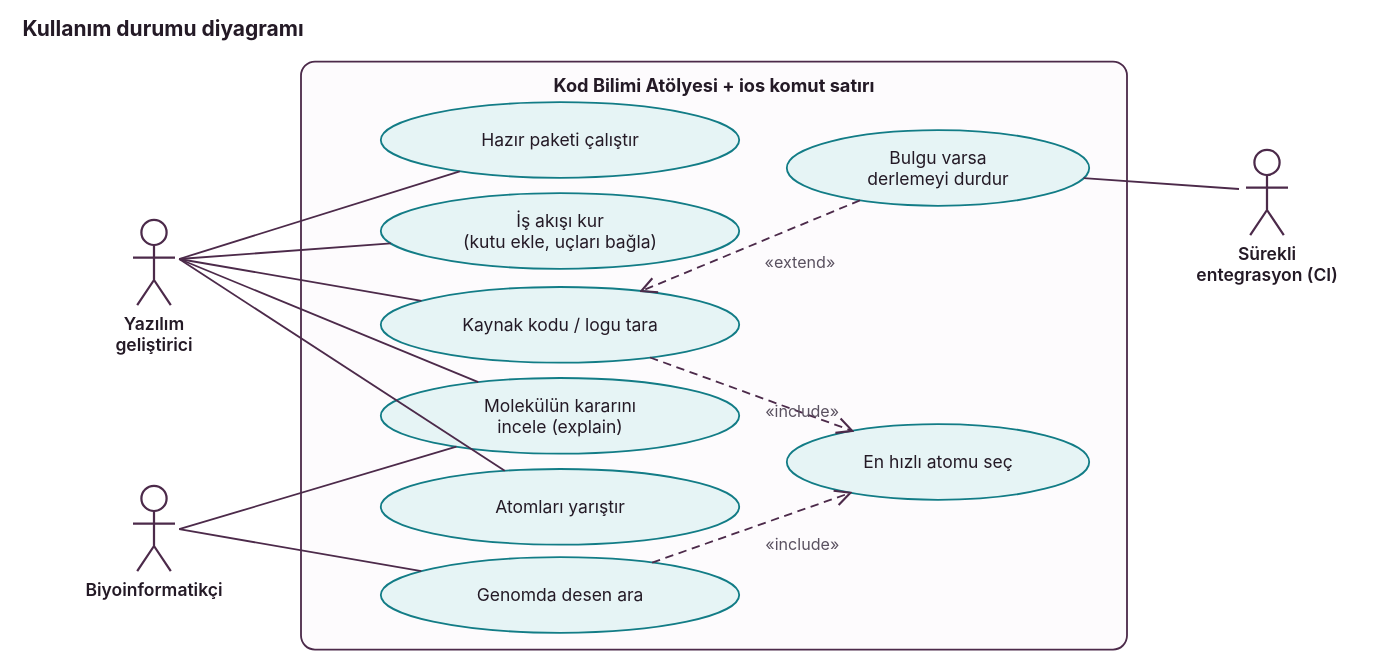
Baki-B/YZM327-Odev-3 keeps this PlantUML diagram as docs/uml/svg/1_kullanim_durumu.svg. Above is the earlier version. Its source is kept beside it as docs/uml/1_kullanim_durumu.puml. The source it was exported from:
```plantuml
@startuml 1_kullanim_durumu
!include _stil.iuml
title Kullanım durumu diyagramı
left to right direction
actor "Yazılım\ngeliştirici" as G
actor "Biyoinformatikçi" as B
actor "Sürekli\nentegrasyon (CI)" as CI
rectangle "Kod Bilimi Atölyesi + ios komut satırı" {
  usecase "Hazır paketi çalıştır" as P
  usecase "İş akışı kur\n(kutu ekle, uçları bağla)" as K
  usecase "Kaynak kodu / logu tara" as T
  usecase "Molekülün kararını\nincele (explain)" as E
  usecase "Atomları yarıştır" as Y
  usecase "Genomda desen ara" as GN
  usecase "En hızlı atomu seç" as S
  usecase "Bulgu varsa\nderlemeyi durdur" as D
}
G -- P
G -- K
G -- T
G -- E
G -- Y
B -- E
B -- GN
CI -- D
T ..> S : <<include>>
GN ..> S : <<include>>
D ..> T : <<extend>>
@enduml
```
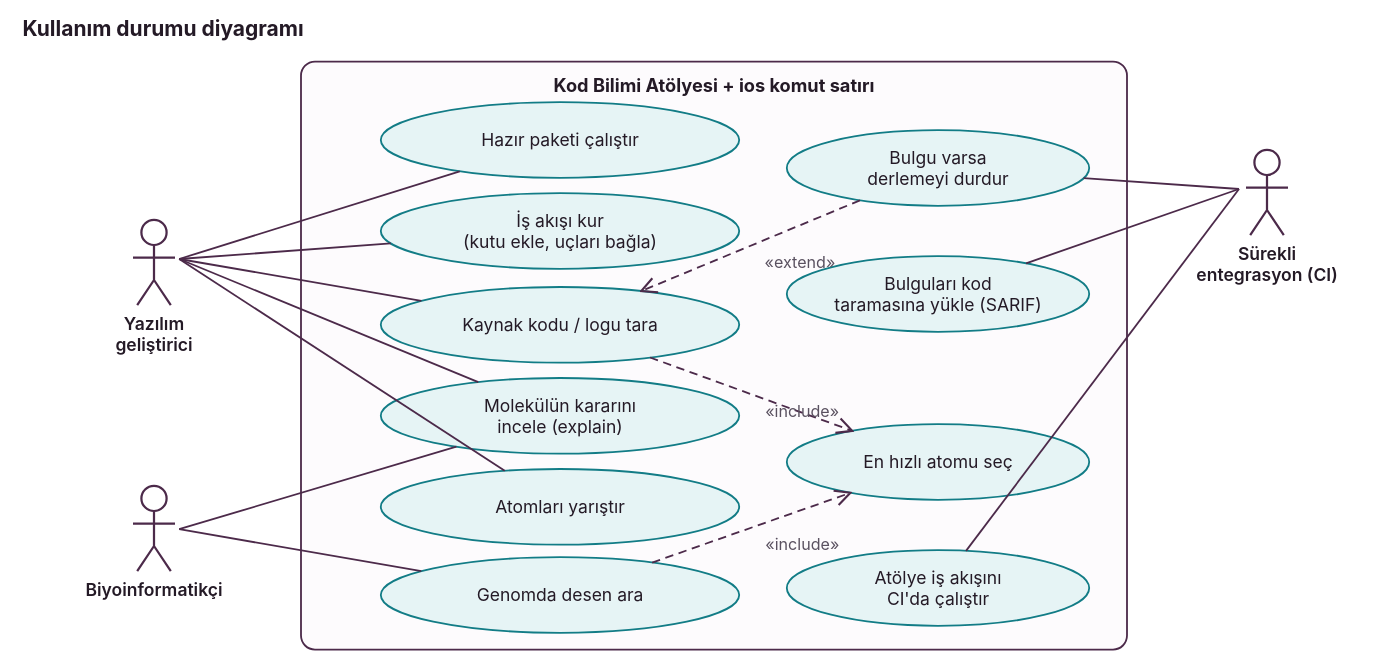
The same diagram one commit later.

Diff of the diagram source:
```diff
@@ -14,6 +14,8 @@
   usecase "Genomda desen ara" as GN
   usecase "En hızlı atomu seç" as S
   usecase "Bulgu varsa\nderlemeyi durdur" as D
+  usecase "Bulguları kod\ntaramasına yükle (SARIF)" as SF
+  usecase "Atölye iş akışını\nCI'da çalıştır" as WR
 }
 G -- P
 G -- K
@@ -23,6 +25,8 @@
 B -- E
 B -- GN
 CI -- D
+CI -- SF
+CI -- WR
 T ..> S : <<include>>
 GN ..> S : <<include>>
 D ..> T : <<extend>>
```
